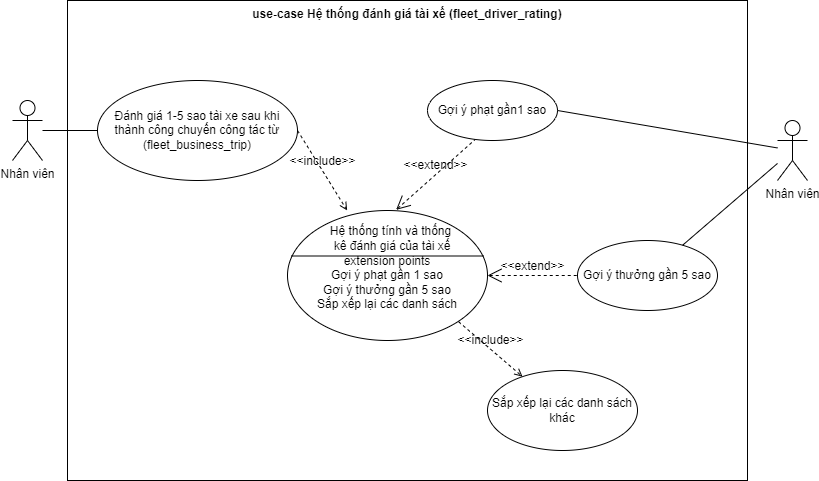
Before: uml-diargrams/uml_use-case_fleet_driver_rating.png, a diagram exported from draw.io (NgoHuuNghia/odoo15-digitalocean). Source tidied: cells renumbered, new cells last; positions are measured from the earlier drawing's top-left corner, leaving out a move shared by most shapes.
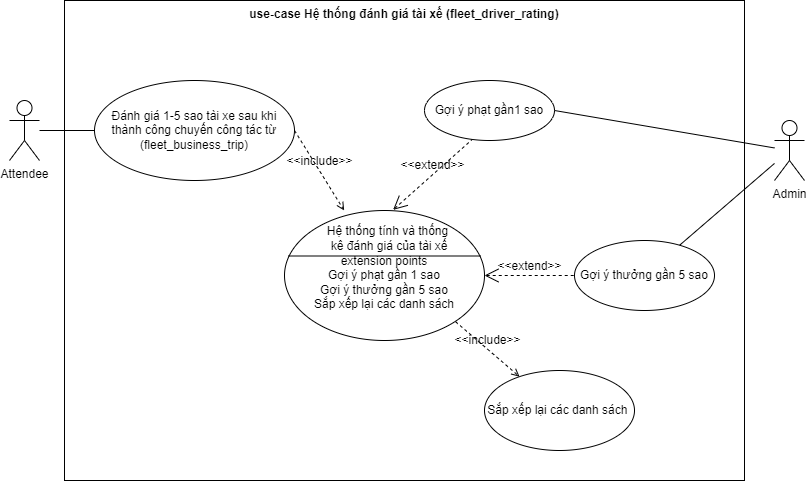
After the change.

The edit, as a diff of the source:
```diff
@@ -8,7 +8,7 @@
     <mxCell id="3" style="edgeStyle=none;html=1;fontFamily=Helvetica;fontSize=12;fontColor=default;endArrow=none;endFill=0;" parent="1" edge="1" source="4" target="5">
       <mxGeometry relative="1" as="geometry" />
     </mxCell>
-    <mxCell id="4" value="Nhân viên" style="shape=umlActor;html=1;verticalLabelPosition=bottom;verticalAlign=top;align=center;" parent="1" vertex="1">
+    <mxCell id="4" value="Attendee" style="shape=umlActor;html=1;verticalLabelPosition=bottom;verticalAlign=top;align=center;" parent="1" vertex="1">
       <mxGeometry y="100" width="30" height="60" as="geometry" />
     </mxCell>
     <mxCell id="5" value="&lt;span&gt;Đánh giá 1-5 sao tài xe sau khi thành công chuyến công tác từ (fleet_business_trip)&lt;/span&gt;" style="ellipse;whiteSpace=wrap;html=1;verticalAlign=middle;" parent="1" vertex="1">
@@ -37,7 +37,7 @@
     <mxCell id="12" value="&amp;lt;&amp;lt;extend&amp;gt;&amp;gt;" style="edgeStyle=none;html=1;startArrow=open;endArrow=none;startSize=12;verticalAlign=bottom;dashed=1;labelBackgroundColor=none;fontFamily=Helvetica;fontSize=12;fontColor=default;entryX=0;entryY=0.5;entryDx=0;entryDy=0;exitX=1;exitY=0.5;exitDx=0;exitDy=0;exitPerimeter=0;" parent="1" edge="1" source="7" target="11">
       <mxGeometry relative="1" as="geometry" />
     </mxCell>
-    <mxCell id="13" value="Sắp xếp lại các danh sách khác" style="ellipse;whiteSpace=wrap;html=1;" parent="1" vertex="1">
+    <mxCell id="13" value="Sắp xếp lại các danh sách&amp;nbsp;" style="ellipse;whiteSpace=wrap;html=1;" parent="1" vertex="1">
       <mxGeometry x="475" y="370" width="150" height="80" as="geometry" />
     </mxCell>
     <mxCell id="14" value="&amp;lt;&amp;lt;include&amp;gt;&amp;gt;" style="edgeStyle=none;html=1;endArrow=open;verticalAlign=bottom;dashed=1;labelBackgroundColor=none;fontFamily=Helvetica;fontSize=12;fontColor=default;exitX=0.855;exitY=0.855;exitDx=0;exitDy=0;exitPerimeter=0;" parent="1" edge="1" source="7" target="13">
@@ -49,7 +49,7 @@
     <mxCell id="16" style="edgeStyle=none;html=1;fontFamily=Helvetica;fontSize=12;fontColor=default;endArrow=none;endFill=0;" parent="1" edge="1" source="17" target="11">
       <mxGeometry relative="1" as="geometry" />
     </mxCell>
-    <mxCell id="17" value="Nhân viên" style="shape=umlActor;html=1;verticalLabelPosition=bottom;verticalAlign=top;align=center;" parent="1" vertex="1">
+    <mxCell id="17" value="Admin" style="shape=umlActor;html=1;verticalLabelPosition=bottom;verticalAlign=top;align=center;" parent="1" vertex="1">
       <mxGeometry x="765" y="120" width="30" height="60" as="geometry" />
     </mxCell>
   </root>
```
